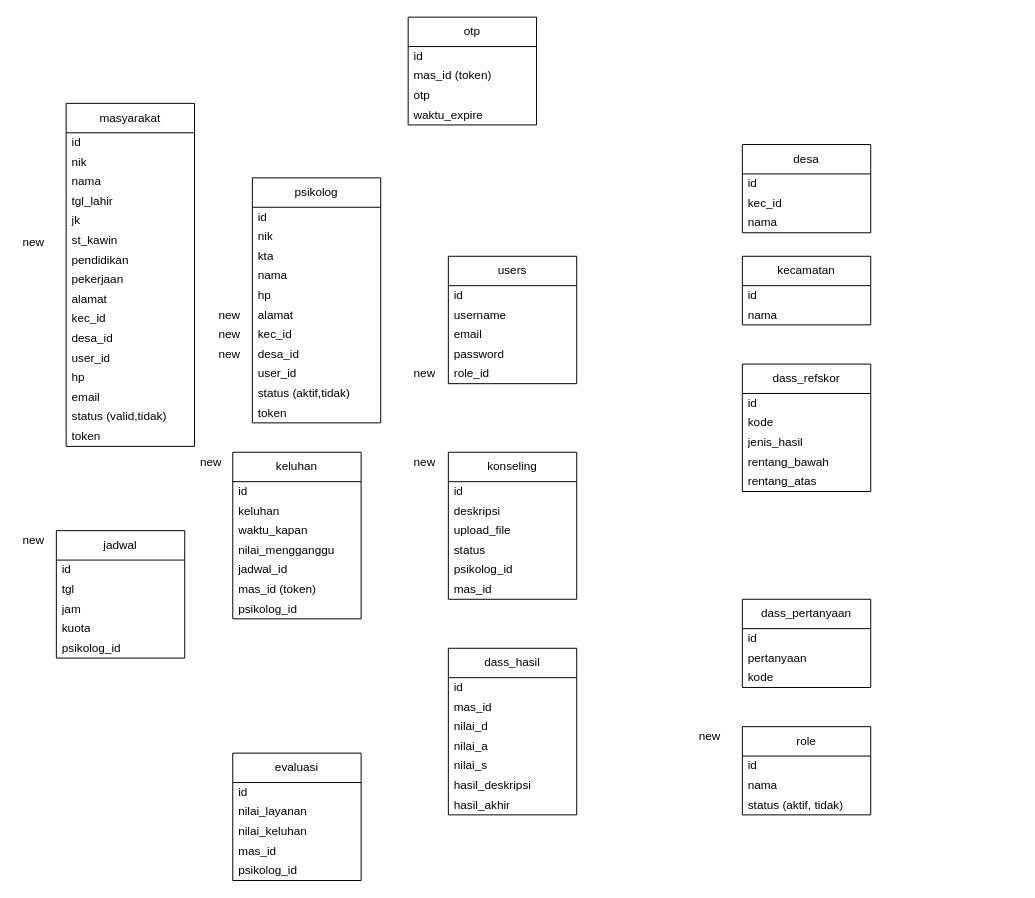
zeneight/drawio keeps this draw.io diagram as env_designs/erd_dmb.drawio. Above is the earlier version. Source tidied: cells renumbered, new cells numbered last; positions are measured from the earlier drawing's top-left corner, leaving out a move shared by most shapes. Both pictures are drawn from the tidied source at 98%, with x=0, y=0 at pixel (17, 17).
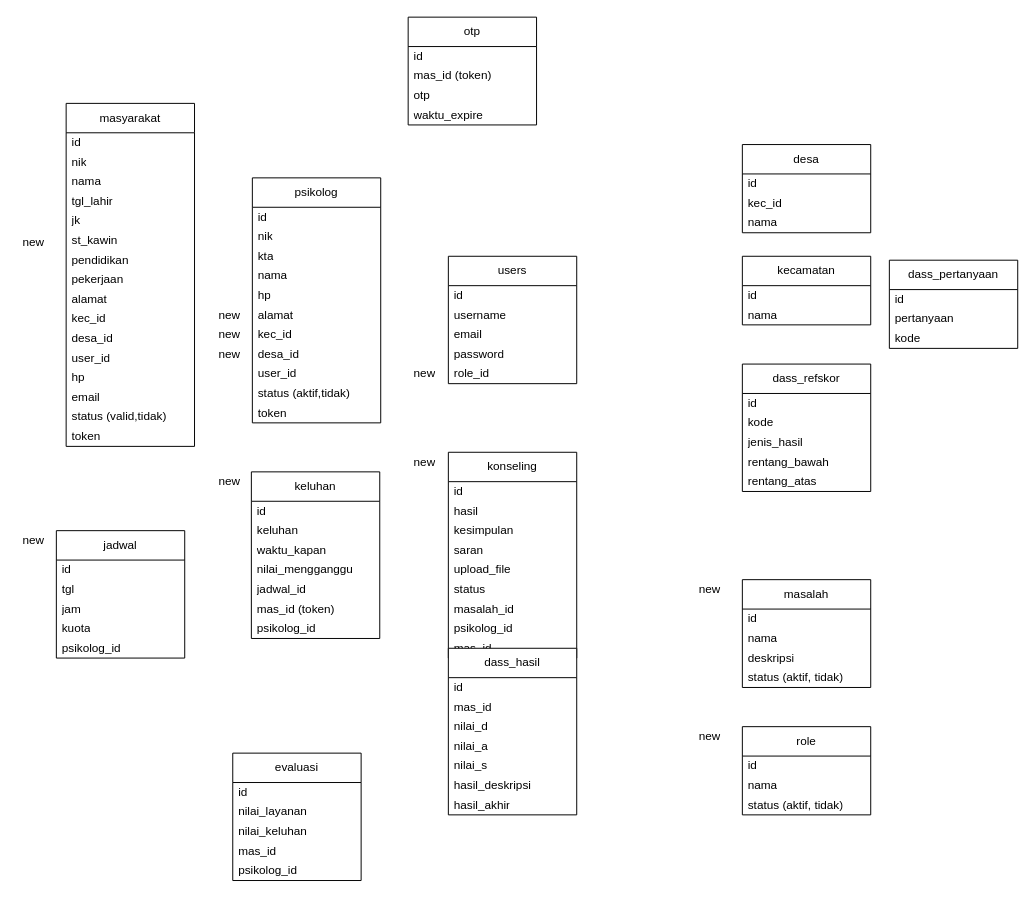
Above is the later version.

Diff of the diagram source:
```diff
@@
     <mxCell id="43" value="keluhan" style="swimlane;fontStyle=0;horizontal=1;startSize=30;whiteSpace=wrap;html=1;" parent="1" vertex="1">
-      <mxGeometry x="220" y="444" width="131" height="170" as="geometry" />
+      <mxGeometry x="239" y="464" width="131" height="170" as="geometry" />
     </mxCell>
@@
     <mxCell id="51" value="konseling" style="swimlane;fontStyle=0;horizontal=1;startSize=30;whiteSpace=wrap;html=1;" parent="1" vertex="1">
-      <mxGeometry x="440" y="444" width="131" height="150" as="geometry" />
+      <mxGeometry x="440" y="444" width="131" height="210" as="geometry" />
     </mxCell>
@@
-    <mxCell id="53" value="deskripsi" style="text;strokeColor=none;fillColor=none;align=left;verticalAlign=middle;spacingLeft=4;spacingRight=4;overflow=hidden;whiteSpace=wrap;html=1;" parent="51" vertex="1">
+    <mxCell id="53" value="hasil" style="text;strokeColor=none;fillColor=none;align=left;verticalAlign=middle;spacingLeft=4;spacingRight=4;overflow=hidden;whiteSpace=wrap;html=1;" parent="51" vertex="1">
       <mxGeometry y="50" width="131" height="20" as="geometry" />
     </mxCell>
+    <mxCell id="107" value="kesimpulan" style="text;strokeColor=none;fillColor=none;align=left;verticalAlign=middle;spacingLeft=4;spacingRight=4;overflow=hidden;whiteSpace=wrap;html=1;" parent="51" vertex="1">
+      <mxGeometry y="70" width="131" height="20" as="geometry" />
+    </mxCell>
+    <mxCell id="108" value="saran" style="text;strokeColor=none;fillColor=none;align=left;verticalAlign=middle;spacingLeft=4;spacingRight=4;overflow=hidden;whiteSpace=wrap;html=1;" parent="51" vertex="1">
+      <mxGeometry y="90" width="131" height="20" as="geometry" />
+    </mxCell>
     <mxCell id="54" value="upload_file" style="text;strokeColor=none;fillColor=none;align=left;verticalAlign=middle;spacingLeft=4;spacingRight=4;overflow=hidden;whiteSpace=wrap;html=1;" parent="51" vertex="1">
-      <mxGeometry y="70" width="131" height="20" as="geometry" />
+      <mxGeometry y="110" width="131" height="20" as="geometry" />
     </mxCell>
     <mxCell id="55" value="status" style="text;strokeColor=none;fillColor=none;align=left;verticalAlign=middle;spacingLeft=4;spacingRight=4;overflow=hidden;whiteSpace=wrap;html=1;" parent="51" vertex="1">
-      <mxGeometry y="90" width="131" height="20" as="geometry" />
+      <mxGeometry y="130" width="131" height="20" as="geometry" />
     </mxCell>
+    <mxCell id="109" value="masalah_id" style="text;strokeColor=none;fillColor=none;align=left;verticalAlign=middle;spacingLeft=4;spacingRight=4;overflow=hidden;whiteSpace=wrap;html=1;" parent="51" vertex="1">
+      <mxGeometry y="150" width="131" height="20" as="geometry" />
+    </mxCell>
     <mxCell id="56" value="psikolog_id" style="text;strokeColor=none;fillColor=none;align=left;verticalAlign=middle;spacingLeft=4;spacingRight=4;overflow=hidden;whiteSpace=wrap;html=1;" parent="51" vertex="1">
-      <mxGeometry y="110" width="131" height="20" as="geometry" />
+      <mxGeometry y="170" width="131" height="20" as="geometry" />
     </mxCell>
     <mxCell id="57" value="mas_id" style="text;strokeColor=none;fillColor=none;align=left;verticalAlign=middle;spacingLeft=4;spacingRight=4;overflow=hidden;whiteSpace=wrap;html=1;" parent="51" vertex="1">
-      <mxGeometry y="130" width="131" height="20" as="geometry" />
+      <mxGeometry y="190" width="131" height="20" as="geometry" />
     </mxCell>
@@
     <mxCell id="64" value="dass_pertanyaan" style="swimlane;fontStyle=0;horizontal=1;startSize=30;whiteSpace=wrap;html=1;" parent="1" vertex="1">
-      <mxGeometry x="740" y="594" width="131" height="90" as="geometry" />
+      <mxGeometry x="890" y="248" width="131" height="90" as="geometry" />
     </mxCell>
@@
     <mxCell id="95" value="new" style="text;strokeColor=none;fillColor=none;align=left;verticalAlign=middle;spacingLeft=4;spacingRight=4;overflow=hidden;whiteSpace=wrap;html=1;" parent="1" vertex="1">
-      <mxGeometry x="181" y="444" width="50" height="20" as="geometry" />
+      <mxGeometry x="200" y="464" width="50" height="20" as="geometry" />
     </mxCell>
@@
+    <mxCell id="110" value="masalah" style="swimlane;fontStyle=0;horizontal=1;startSize=30;whiteSpace=wrap;html=1;" parent="1" vertex="1">
+      <mxGeometry x="740" y="574" width="131" height="110" as="geometry" />
+    </mxCell>
+    <mxCell id="111" value="id" style="text;strokeColor=none;fillColor=none;align=left;verticalAlign=middle;spacingLeft=4;spacingRight=4;overflow=hidden;whiteSpace=wrap;html=1;" parent="110" vertex="1">
+      <mxGeometry y="30" width="131" height="20" as="geometry" />
+    </mxCell>
+    <mxCell id="112" value="nama" style="text;strokeColor=none;fillColor=none;align=left;verticalAlign=middle;spacingLeft=4;spacingRight=4;overflow=hidden;whiteSpace=wrap;html=1;" parent="110" vertex="1">
+      <mxGeometry y="50" width="131" height="20" as="geometry" />
+    </mxCell>
+    <mxCell id="113" value="deskripsi" style="text;strokeColor=none;fillColor=none;align=left;verticalAlign=middle;spacingLeft=4;spacingRight=4;overflow=hidden;whiteSpace=wrap;html=1;" parent="110" vertex="1">
+      <mxGeometry y="70" width="131" height="20" as="geometry" />
+    </mxCell>
+    <mxCell id="114" value="status (aktif, tidak)" style="text;strokeColor=none;fillColor=none;align=left;verticalAlign=middle;spacingLeft=4;spacingRight=4;overflow=hidden;whiteSpace=wrap;html=1;" parent="110" vertex="1">
+      <mxGeometry y="90" width="131" height="20" as="geometry" />
+    </mxCell>
+    <mxCell id="115" value="new" style="text;strokeColor=none;fillColor=none;align=left;verticalAlign=middle;spacingLeft=4;spacingRight=4;overflow=hidden;whiteSpace=wrap;html=1;" parent="1" vertex="1">
+      <mxGeometry x="690" y="574" width="50" height="20" as="geometry" />
+    </mxCell>
```
